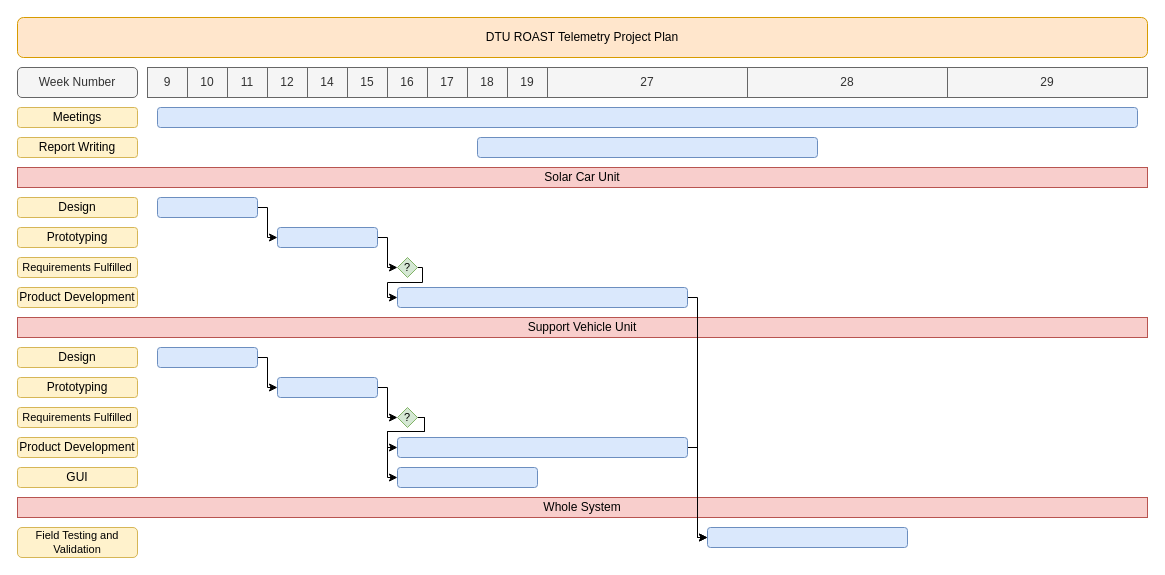
Earlier version of the draw.io diagram documentation/projectPlan.drawio (tjarker/Telemetry). Source tidied: cells renumbered, new cells numbered last; positions are measured from the earlier drawing's top-left corner, leaving out a move shared by most shapes. Both pictures are drawn from the tidied source at 100%, with x=0, y=0 at pixel (17, 17).
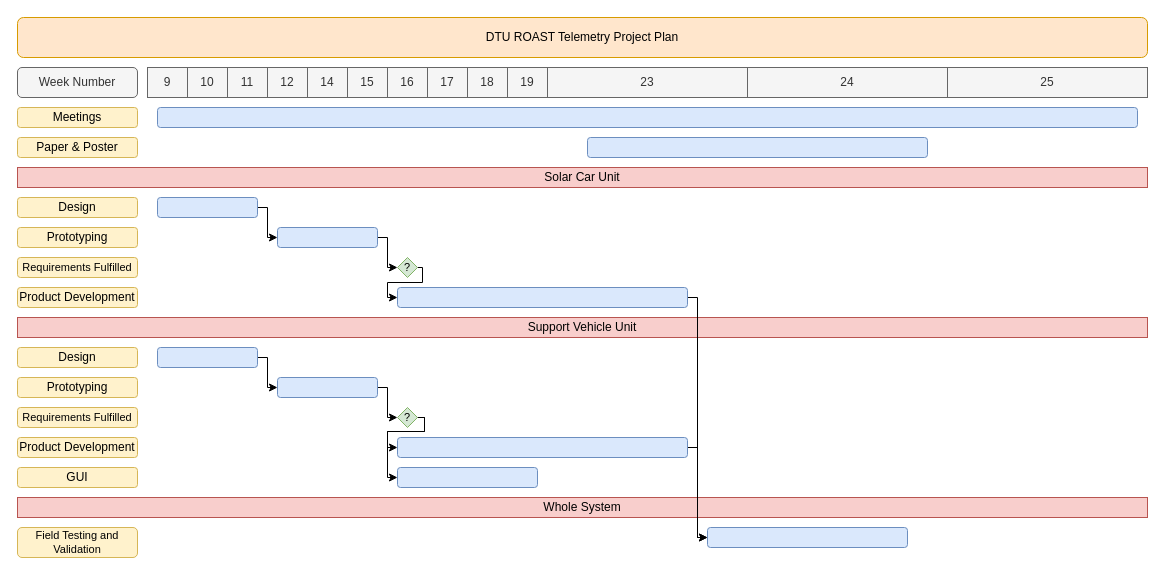
The same diagram, later.

Diff of the diagram source:
```diff
@@
-    <mxCell id="12" value="27" style="rounded=0;whiteSpace=wrap;html=1;fillColor=#f5f5f5;strokeColor=#666666;fontColor=#333333;" parent="1" vertex="1">
+    <mxCell id="12" value="23" style="rounded=0;whiteSpace=wrap;html=1;fillColor=#f5f5f5;strokeColor=#666666;fontColor=#333333;" parent="1" vertex="1">
       <mxGeometry x="530" y="50" width="200" height="30" as="geometry" />
     </mxCell>
-    <mxCell id="13" value="28" style="rounded=0;whiteSpace=wrap;html=1;fillColor=#f5f5f5;strokeColor=#666666;fontColor=#333333;" parent="1" vertex="1">
+    <mxCell id="13" value="24" style="rounded=0;whiteSpace=wrap;html=1;fillColor=#f5f5f5;strokeColor=#666666;fontColor=#333333;" parent="1" vertex="1">
       <mxGeometry x="730" y="50" width="200" height="30" as="geometry" />
     </mxCell>
-    <mxCell id="14" value="29" style="rounded=0;whiteSpace=wrap;html=1;fillColor=#f5f5f5;strokeColor=#666666;fontColor=#333333;" parent="1" vertex="1">
+    <mxCell id="14" value="25" style="rounded=0;whiteSpace=wrap;html=1;fillColor=#f5f5f5;strokeColor=#666666;fontColor=#333333;" parent="1" vertex="1">
       <mxGeometry x="930" y="50" width="200" height="30" as="geometry" />
     </mxCell>
@@
-    <mxCell id="18" value="Report Writing" style="rounded=1;whiteSpace=wrap;html=1;fillColor=#fff2cc;strokeColor=#d6b656;" parent="1" vertex="1">
+    <mxCell id="18" value="Paper &amp;amp; Poster" style="rounded=1;whiteSpace=wrap;html=1;fillColor=#fff2cc;strokeColor=#d6b656;" parent="1" vertex="1">
       <mxGeometry y="120" width="120" height="20" as="geometry" />
     </mxCell>
     <mxCell id="19" style="rounded=1;whiteSpace=wrap;html=1;fillColor=#dae8fc;strokeColor=#6c8ebf;" parent="1" vertex="1">
-      <mxGeometry x="460" y="120" width="340" height="20" as="geometry" />
+      <mxGeometry x="570" y="120" width="340" height="20" as="geometry" />
     </mxCell>
```
